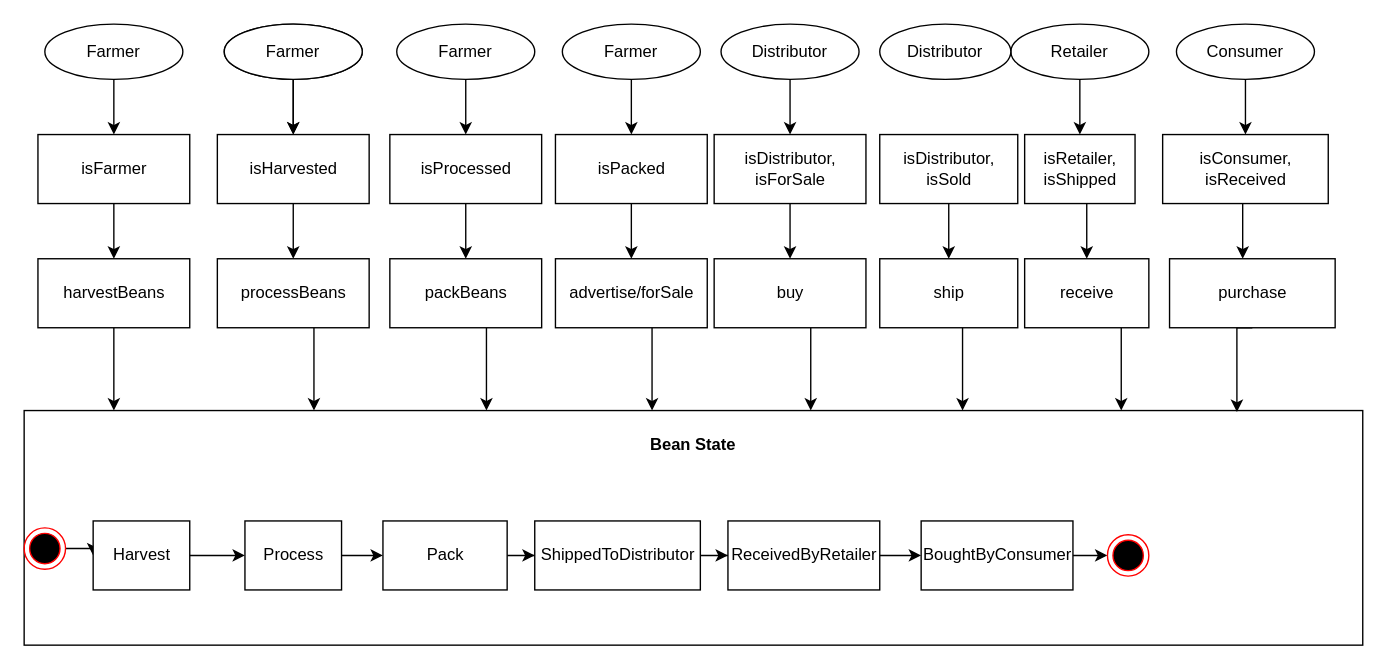
The draw.io diagram uml/state-diagram.drawio in nathanrhoda/supply-chain-dapp, before the edit. Source tidied: cells renumbered, new cells numbered last; positions are measured from the earlier drawing's top-left corner, leaving out a move shared by most shapes. Both pictures are drawn from the tidied source at 138%, with x=0, y=0 at pixel (23, 23).
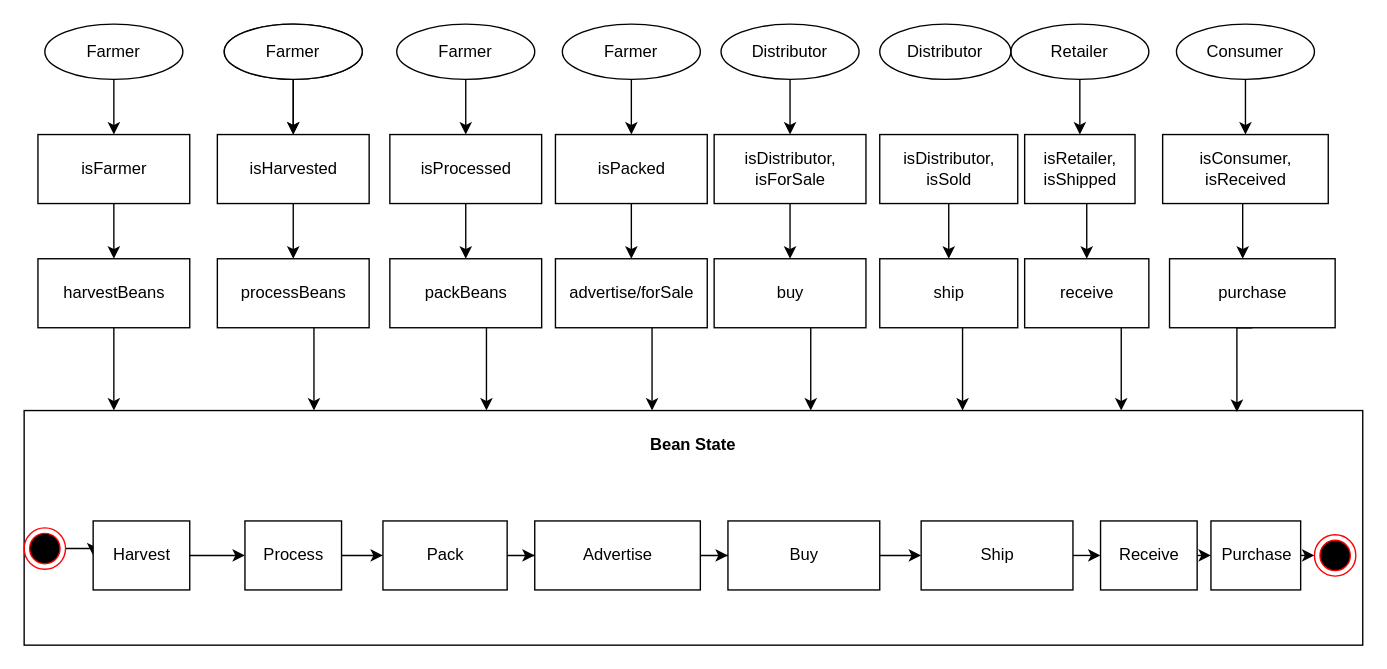
After the change.

Commit message (it also covers changes not shown here):
Updated state diagram

Diff of the diagram source:
```diff
@@
-    <mxCell id="12" value="ShippedToDistributor" style="html=1;" parent="1" vertex="1">
+    <mxCell id="12" value="Advertise" style="html=1;" parent="1" vertex="1">
       <mxGeometry x="370" y="360" width="120" height="50" as="geometry" />
     </mxCell>
@@
-    <mxCell id="14" value="ReceivedByRetailer" style="html=1;" parent="1" vertex="1">
+    <mxCell id="14" value="Buy" style="html=1;" parent="1" vertex="1">
       <mxGeometry x="510" y="360" width="110" height="50" as="geometry" />
     </mxCell>
-    <mxCell id="15" style="edgeStyle=orthogonalEdgeStyle;rounded=0;jettySize=auto;html=1;" parent="1" edge="1" source="16" target="17">
-      <mxGeometry relative="1" as="geometry" />
-    </mxCell>
+    <mxCell id="67" style="edgeStyle=orthogonalEdgeStyle;rounded=0;jettySize=auto;html=1;exitX=1;exitY=0.5;exitDx=0;exitDy=0;entryX=0;entryY=0.5;entryDx=0;entryDy=0;" parent="1" edge="1" source="16" target="69">
+      <mxGeometry relative="1" as="geometry" />
+    </mxCell>
-    <mxCell id="16" value="BoughtByConsumer" style="html=1;" parent="1" vertex="1">
+    <mxCell id="16" value="Ship" style="html=1;" parent="1" vertex="1">
       <mxGeometry x="650" y="360" width="110" height="50" as="geometry" />
     </mxCell>
     <mxCell id="17" style="ellipse;html=1;shape=endState;fillColor=#000000;strokeColor=#ff0000;direction=south;" parent="1" vertex="1">
-      <mxGeometry x="785" y="370" width="30" height="30" as="geometry" />
+      <mxGeometry x="935" y="370" width="30" height="30" as="geometry" />
     </mxCell>
@@
+    <mxCell id="68" style="edgeStyle=orthogonalEdgeStyle;rounded=0;jettySize=auto;html=1;exitX=1;exitY=0.5;exitDx=0;exitDy=0;entryX=0;entryY=0.5;entryDx=0;entryDy=0;" parent="1" edge="1" source="69" target="71">
+      <mxGeometry relative="1" as="geometry" />
+    </mxCell>
+    <mxCell id="69" value="Receive" style="html=1;" parent="1" vertex="1">
+      <mxGeometry x="780" y="360" width="70" height="50" as="geometry" />
+    </mxCell>
+    <mxCell id="70" style="edgeStyle=orthogonalEdgeStyle;rounded=0;jettySize=auto;html=1;exitX=1;exitY=0.5;exitDx=0;exitDy=0;entryX=0.5;entryY=1;entryDx=0;entryDy=0;" parent="1" edge="1" source="71" target="17">
+      <mxGeometry relative="1" as="geometry" />
+    </mxCell>
+    <mxCell id="71" value="Purchase" style="html=1;" parent="1" vertex="1">
+      <mxGeometry x="860" y="360" width="65" height="50" as="geometry" />
+    </mxCell>
```
